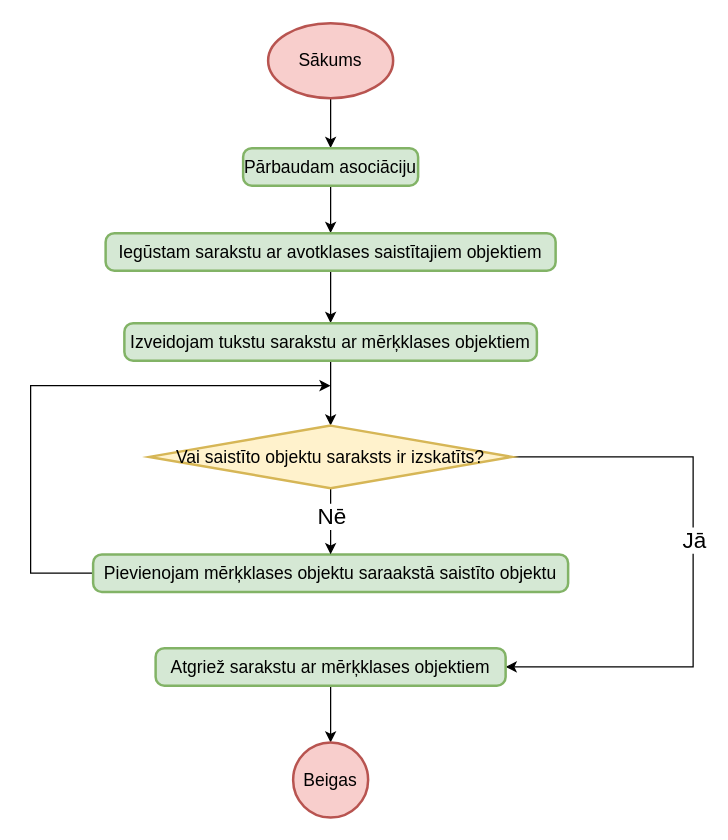
Above: page "Asociācijas iegūšana" (4 of 6) of src/Kvalifikacijas darbs/Diagrammas/Ģenerētais kods.drawio in artiks12/webAppOS (draw.io), before the change. Source tidied: cells renumbered, new cells numbered last; positions are measured from the earlier drawing's top-left corner, leaving out a move shared by most shapes. Both pictures are drawn from the tidied source at 125%, with x=0, y=0 at pixel (30, 22).
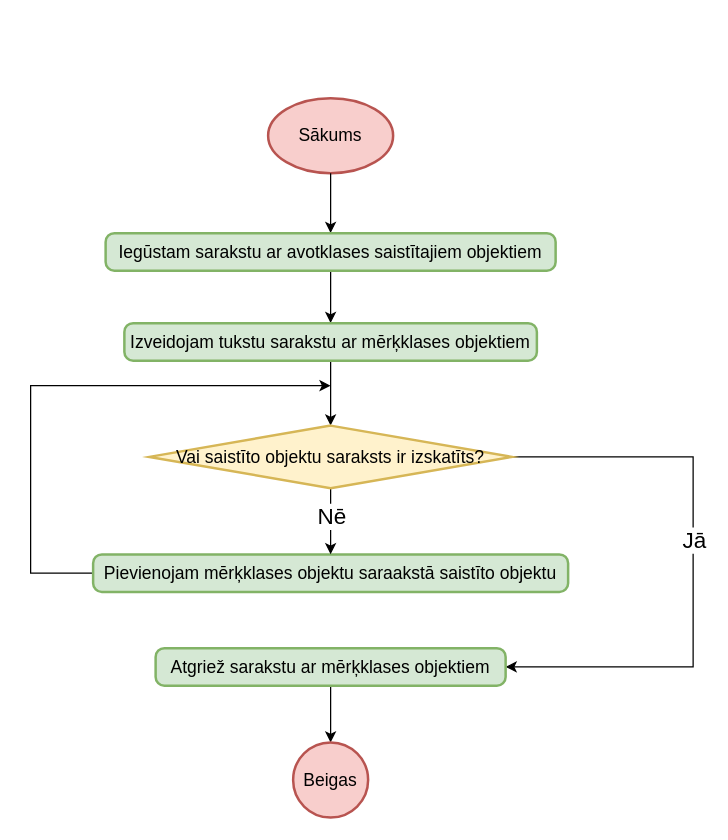
The same diagram, later.

Unchanged cells that the change refers to:
```xml
<mxCell id="7" value="Iegūstam sarakstu ar avotklases saistītajiem objektiem" style="rounded=1;whiteSpace=wrap;html=1;absoluteArcSize=1;arcSize=14;strokeWidth=2;fontSize=14;fillColor=#d5e8d4;strokeColor=#82b366;" parent="1" vertex="1">
  <mxGeometry x="60" y="168" width="360" height="30" as="geometry" />
</mxCell>
```

The edit, as a diff of the source:
```diff
@@
-    <mxCell id="2" style="edgeStyle=orthogonalEdgeStyle;rounded=0;jettySize=auto;html=1;entryX=0.5;entryY=0;entryDx=0;entryDy=0;fontSize=18;" parent="1" edge="1" source="3" target="5">
-      <mxGeometry relative="1" as="geometry" />
-    </mxCell>
     <mxCell id="3" value="Sākums" style="strokeWidth=2;html=1;shape=mxgraph.flowchart.start_1;whiteSpace=wrap;fontSize=14;fillColor=#f8cecc;strokeColor=#b85450;" parent="1" vertex="1">
-      <mxGeometry x="190" width="100" height="60" as="geometry" />
+      <mxGeometry x="190" y="60" width="100" height="60" as="geometry" />
     </mxCell>
-    <mxCell id="4" style="edgeStyle=orthogonalEdgeStyle;rounded=0;jettySize=auto;html=1;entryX=0.5;entryY=0;entryDx=0;entryDy=0;fontSize=18;" parent="1" edge="1" source="5" target="7">
+    <mxCell id="4" style="edgeStyle=orthogonalEdgeStyle;rounded=0;jettySize=auto;html=1;entryX=0.5;entryY=0;entryDx=0;entryDy=0;fontSize=18;exitX=0.5;exitY=1;exitDx=0;exitDy=0;exitPerimeter=0;" parent="1" edge="1" source="3" target="7">
       <mxGeometry relative="1" as="geometry" />
     </mxCell>
-    <mxCell id="5" value="Pārbaudam asociāciju" style="rounded=1;whiteSpace=wrap;html=1;absoluteArcSize=1;arcSize=14;strokeWidth=2;fontSize=14;fillColor=#d5e8d4;strokeColor=#82b366;" parent="1" vertex="1">
-      <mxGeometry x="170" y="100" width="140" height="30" as="geometry" />
-    </mxCell>
```
